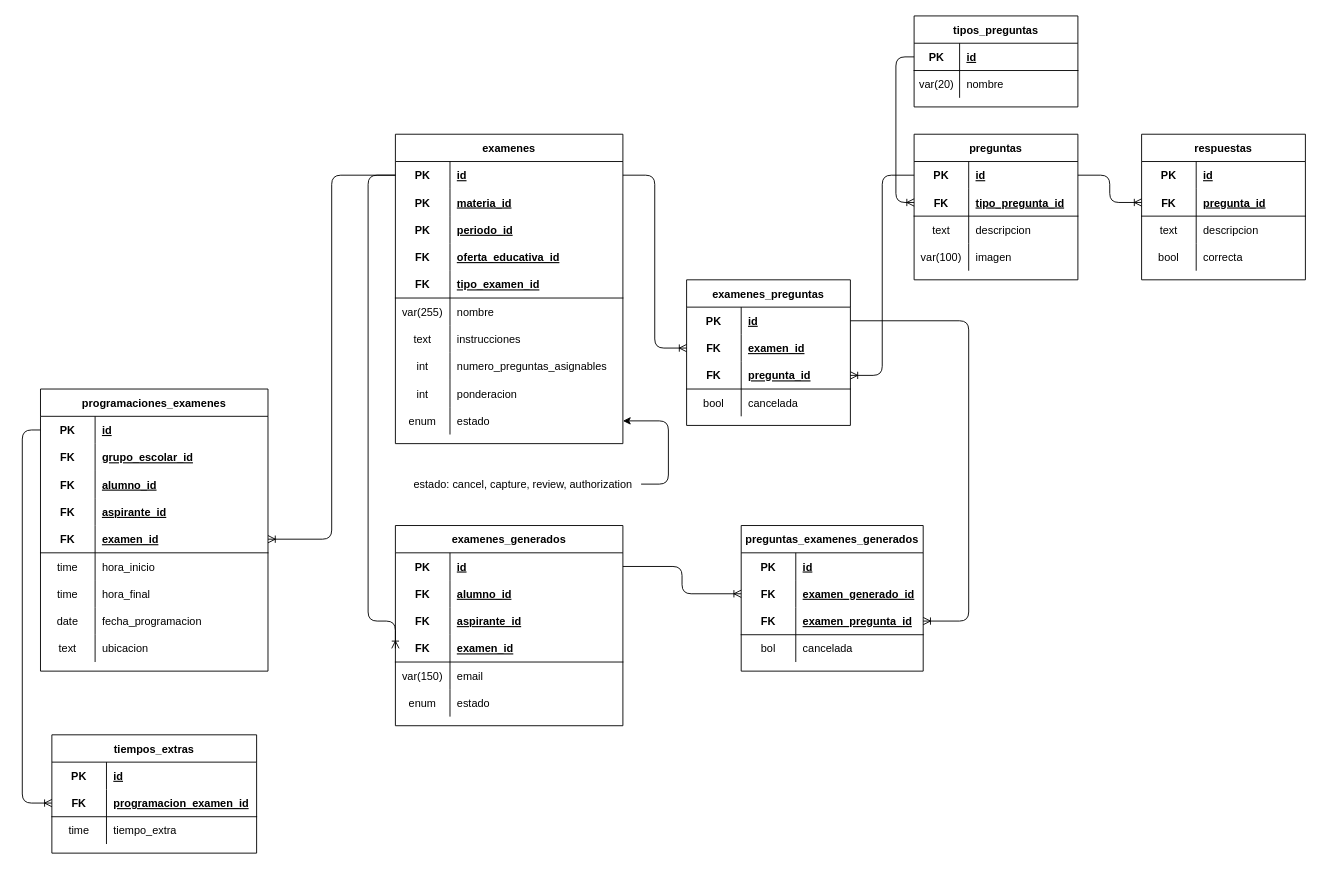
Carlos-Angel/database-escolar keeps this draw.io diagram as examenes/examenes.drawio. Above is the earlier version. Source tidied: cells renumbered, new cells numbered last; positions are measured from the earlier drawing's top-left corner, leaving out a move shared by most shapes. Both pictures are drawn from the tidied source at 91%, with x=0, y=0 at pixel (22, 15).
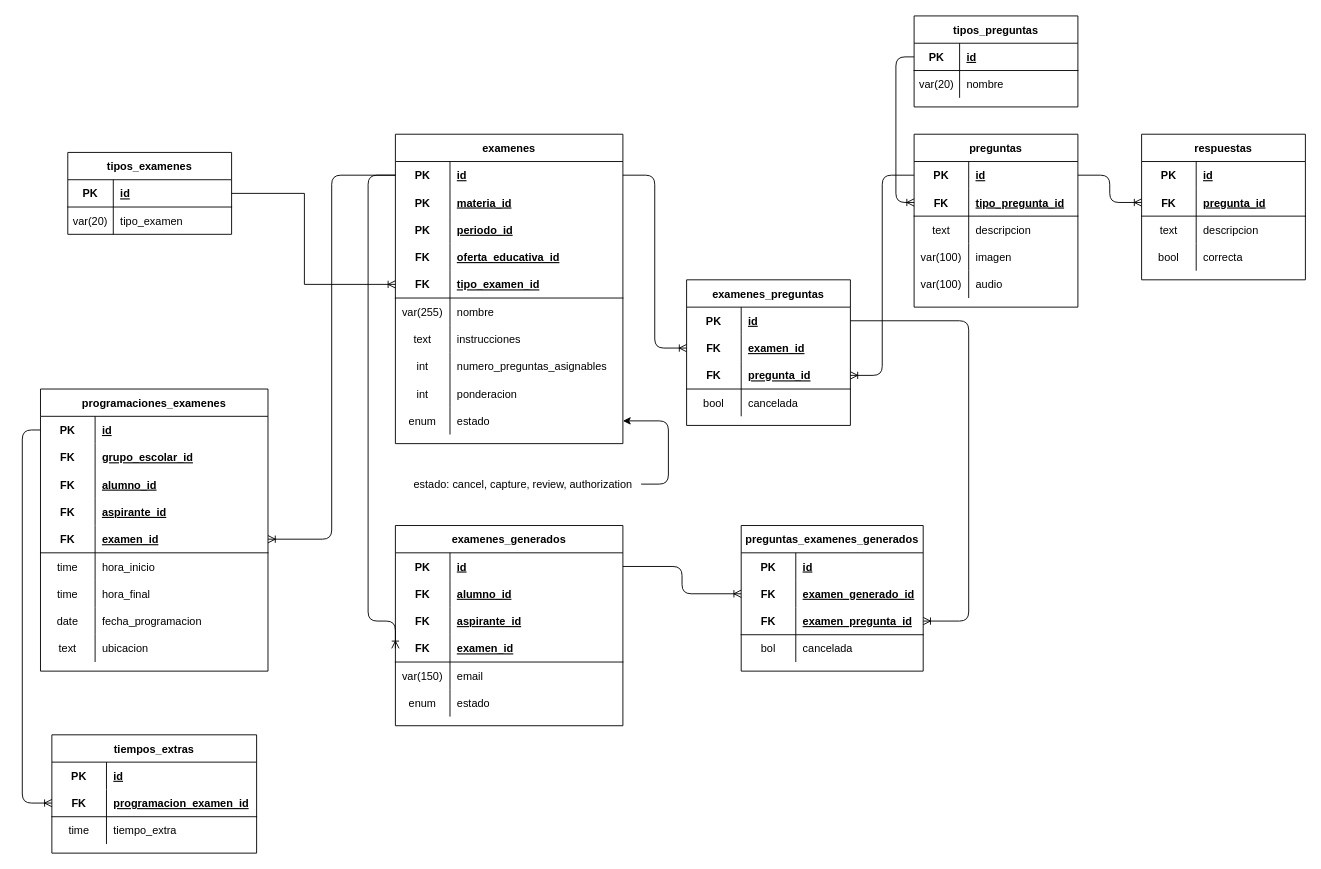
The same page after the edit.

Commit message:
feat(examenes): agregar la tabla tipos_examenes

Unchanged cells that the change refers to:
```xml
<mxCell id="50" style="shape=partialRectangle;fillColor=none;top=0;left=0;bottom=1;right=0;points=[[0,0.5],[1,0.5]];portConstraint=eastwest;" parent="37" vertex="1">
  <mxGeometry y="150" width="250" height="30" as="geometry" />
</mxCell>
```

Diff of the diagram source:
```diff
@@
     <mxCell id="9" value="preguntas" style="shape=table;startSize=30;childLayout=tableLayout;rowLines=0;fontStyle=1;align=center;" parent="1" vertex="1">
-      <mxGeometry x="980" y="130" width="180" height="160" as="geometry" />
+      <mxGeometry x="980" y="130" width="180" height="190" as="geometry" />
     </mxCell>
@@
+    <mxCell id="160" style="shape=partialRectangle;fillColor=none;top=0;left=0;bottom=0;right=0;" parent="9" vertex="1">
+      <mxGeometry y="150" width="180" height="30" as="geometry" />
+    </mxCell>
+    <mxCell id="161" value="var(100)" style="shape=partialRectangle;fillColor=none;top=0;left=0;bottom=0;right=0;overflow=hidden;" parent="160" vertex="1">
+      <mxGeometry width="60" height="30" as="geometry" />
+    </mxCell>
+    <mxCell id="162" value="audio" style="shape=partialRectangle;fillColor=none;top=0;left=0;bottom=0;right=0;align=left;spacingLeft=6;overflow=hidden;" parent="160" vertex="1">
+      <mxGeometry x="60" width="120" height="30" as="geometry" />
+    </mxCell>
@@
+    <mxCell id="163" value="tipos_examenes" style="shape=table;startSize=30;childLayout=tableLayout;rowLines=0;fontStyle=1;align=center;" parent="1" vertex="1">
+      <mxGeometry x="50" y="150" width="180" height="90" as="geometry" />
+    </mxCell>
+    <mxCell id="164" style="shape=tableRow;horizontal=0;startSize=0;swimlaneHead=0;swimlaneBody=0;fillColor=none;points=[[0,0.5],[1,0.5]];portConstraint=eastwest;top=0;left=0;right=0;bottom=1;" parent="163" vertex="1">
+      <mxGeometry y="30" width="180" height="30" as="geometry" />
+    </mxCell>
+    <mxCell id="165" value="PK" style="shape=partialRectangle;fillColor=none;top=0;left=0;bottom=0;right=0;fontStyle=1;overflow=hidden;" parent="164" vertex="1">
+      <mxGeometry width="50" height="30" as="geometry" />
+    </mxCell>
+    <mxCell id="166" value="id" style="shape=partialRectangle;fillColor=none;top=0;left=0;bottom=0;right=0;align=left;spacingLeft=6;fontStyle=5;overflow=hidden;" parent="164" vertex="1">
+      <mxGeometry x="50" width="130" height="30" as="geometry" />
+    </mxCell>
+    <mxCell id="167" style="shape=tableRow;horizontal=0;startSize=0;swimlaneHead=0;swimlaneBody=0;fillColor=none;top=0;left=0;right=0;bottom=0;" parent="163" vertex="1">
+      <mxGeometry y="60" width="180" height="30" as="geometry" />
+    </mxCell>
+    <mxCell id="168" value="var(20)" style="shape=partialRectangle;fillColor=none;top=0;left=0;bottom=0;right=0;overflow=hidden;" parent="167" vertex="1">
+      <mxGeometry width="50" height="30" as="geometry" />
+    </mxCell>
+    <mxCell id="169" value="tipo_examen" style="shape=partialRectangle;fillColor=none;top=0;left=0;bottom=0;right=0;align=left;spacingLeft=6;overflow=hidden;" parent="167" vertex="1">
+      <mxGeometry x="50" width="130" height="30" as="geometry" />
+    </mxCell>
+    <mxCell id="170" style="edgeStyle=elbowEdgeStyle;fontSize=12;html=1;endArrow=ERoneToMany;rounded=0;entryX=0;entryY=0.5;entryDx=0;entryDy=0;exitX=1;exitY=0.5;exitDx=0;exitDy=0;" parent="1" edge="1" source="164" target="50">
+      <mxGeometry relative="1" as="geometry">
+        <Array as="points">
+          <mxPoint x="310" y="250" />
+        </Array>
+      </mxGeometry>
+    </mxCell>
```
